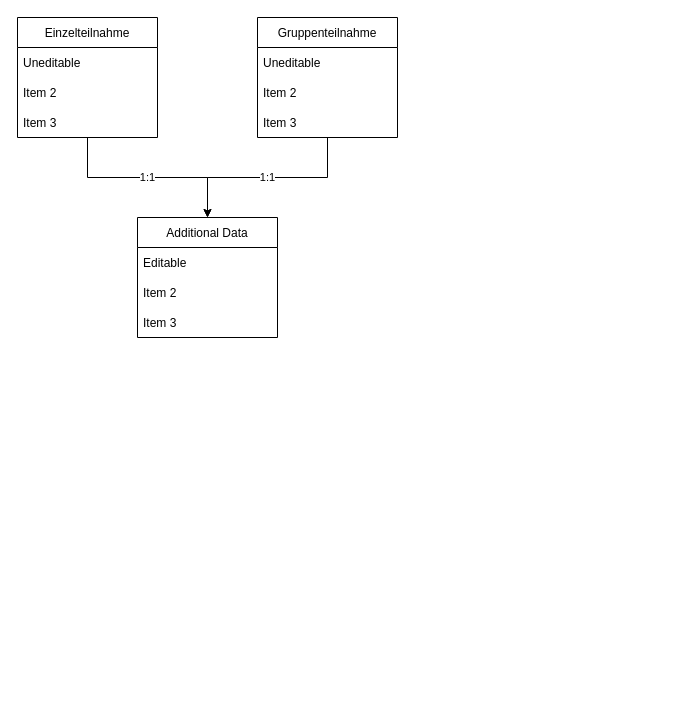
Above: Data Struct.drawio in JoTec2002/MyProjekt (draw.io), before the change. Source tidied: cells renumbered, new cells numbered last; positions are measured from the earlier drawing's top-left corner, leaving out a move shared by most shapes. Both pictures are drawn from the tidied source at 100%, with x=0, y=0 at pixel (17, 17).
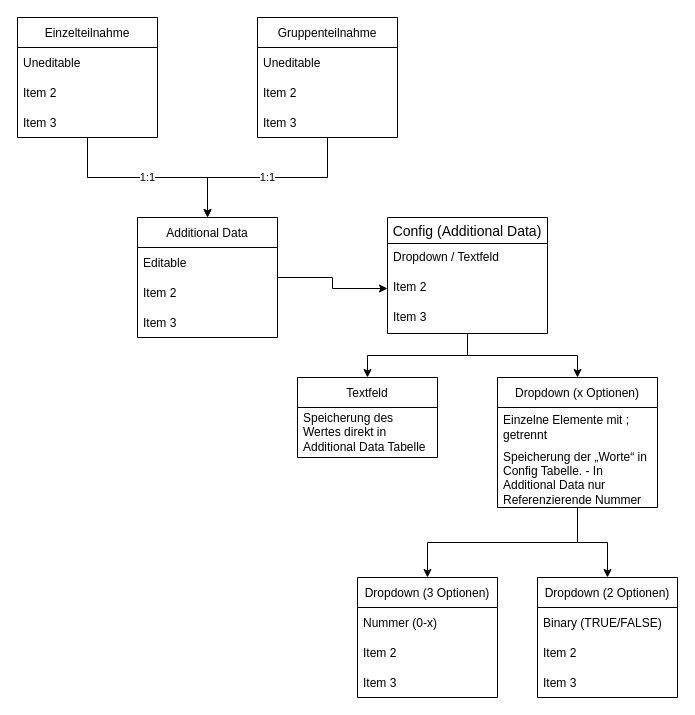
The same diagram, later.

The change refers to these unchanged cells:
```xml
<mxCell id="12" value="Additional Data" style="swimlane;fontStyle=0;horizontal=1;startSize=30;" parent="1" vertex="1">
  <mxGeometry x="120" y="200" width="140" height="120" as="geometry" />
</mxCell>
```

The edit, as a diff of the source:
```diff
@@
+    <mxCell id="16" style="edgeStyle=orthogonalEdgeStyle;rounded=0;jettySize=auto;html=1;entryX=0;entryY=0.5;entryDx=0;entryDy=0;" parent="1" edge="1" source="12" target="21">
+      <mxGeometry relative="1" as="geometry" />
+    </mxCell>
@@
+    <mxCell id="17" style="edgeStyle=orthogonalEdgeStyle;rounded=0;jettySize=auto;html=1;entryX=0.5;entryY=0;entryDx=0;entryDy=0;" parent="1" edge="1" source="19" target="33">
+      <mxGeometry relative="1" as="geometry" />
+    </mxCell>
+    <mxCell id="18" style="edgeStyle=orthogonalEdgeStyle;rounded=0;jettySize=auto;html=1;entryX=0.5;entryY=0;entryDx=0;entryDy=0;" parent="1" edge="1" source="19" target="36">
+      <mxGeometry relative="1" as="geometry" />
+    </mxCell>
+    <mxCell id="19" value="Config (Additional Data)" style="swimlane;fontStyle=0;horizontal=1;startSize=26;align=center;fontSize=14;" parent="1" vertex="1">
+      <mxGeometry x="370" y="200" width="160" height="116" as="geometry" />
+    </mxCell>
+    <mxCell id="20" value="Dropdown / Textfeld" style="text;strokeColor=none;fillColor=none;spacingLeft=4;spacingRight=4;overflow=hidden;fontSize=12;" parent="19" vertex="1">
+      <mxGeometry y="26" width="160" height="30" as="geometry" />
+    </mxCell>
+    <mxCell id="21" value="Item 2" style="text;strokeColor=none;fillColor=none;spacingLeft=4;spacingRight=4;overflow=hidden;points=[[0,0.5],[1,0.5]];portConstraint=eastwest;fontSize=12;" parent="19" vertex="1">
+      <mxGeometry y="56" width="160" height="30" as="geometry" />
+    </mxCell>
+    <mxCell id="22" value="Item 3" style="text;strokeColor=none;fillColor=none;spacingLeft=4;spacingRight=4;overflow=hidden;fontSize=12;" parent="19" vertex="1">
+      <mxGeometry y="86" width="160" height="30" as="geometry" />
+    </mxCell>
+    <mxCell id="23" value="Dropdown (2 Optionen)" style="swimlane;fontStyle=0;horizontal=1;startSize=30;" parent="1" vertex="1">
+      <mxGeometry x="520" y="560" width="140" height="120" as="geometry" />
+    </mxCell>
+    <mxCell id="24" value="Binary (TRUE/FALSE)" style="text;strokeColor=none;fillColor=none;align=left;verticalAlign=middle;spacingLeft=4;spacingRight=4;overflow=hidden;" parent="23" vertex="1">
+      <mxGeometry y="30" width="140" height="30" as="geometry" />
+    </mxCell>
+    <mxCell id="25" value="Item 2" style="text;strokeColor=none;fillColor=none;align=left;verticalAlign=middle;spacingLeft=4;spacingRight=4;overflow=hidden;" parent="23" vertex="1">
+      <mxGeometry y="60" width="140" height="30" as="geometry" />
+    </mxCell>
+    <mxCell id="26" value="Item 3" style="text;strokeColor=none;fillColor=none;align=left;verticalAlign=middle;spacingLeft=4;spacingRight=4;overflow=hidden;" parent="23" vertex="1">
+      <mxGeometry y="90" width="140" height="30" as="geometry" />
+    </mxCell>
+    <mxCell id="27" value="Dropdown (3 Optionen)" style="swimlane;fontStyle=0;horizontal=1;startSize=30;" parent="1" vertex="1">
+      <mxGeometry x="340" y="560" width="140" height="120" as="geometry" />
+    </mxCell>
+    <mxCell id="28" value="Nummer (0-x)" style="text;strokeColor=none;fillColor=none;align=left;verticalAlign=middle;spacingLeft=4;spacingRight=4;overflow=hidden;" parent="27" vertex="1">
+      <mxGeometry y="30" width="140" height="30" as="geometry" />
+    </mxCell>
+    <mxCell id="29" value="Item 2" style="text;strokeColor=none;fillColor=none;align=left;verticalAlign=middle;spacingLeft=4;spacingRight=4;overflow=hidden;" parent="27" vertex="1">
+      <mxGeometry y="60" width="140" height="30" as="geometry" />
+    </mxCell>
+    <mxCell id="30" value="Item 3" style="text;strokeColor=none;fillColor=none;align=left;verticalAlign=middle;spacingLeft=4;spacingRight=4;overflow=hidden;" parent="27" vertex="1">
+      <mxGeometry y="90" width="140" height="30" as="geometry" />
+    </mxCell>
+    <mxCell id="31" style="edgeStyle=orthogonalEdgeStyle;rounded=0;jettySize=auto;html=1;" parent="1" edge="1" source="33" target="23">
+      <mxGeometry relative="1" as="geometry" />
+    </mxCell>
+    <mxCell id="32" style="edgeStyle=orthogonalEdgeStyle;rounded=0;jettySize=auto;html=1;entryX=0.5;entryY=0;entryDx=0;entryDy=0;" parent="1" edge="1" source="33" target="27">
+      <mxGeometry relative="1" as="geometry" />
+    </mxCell>
+    <mxCell id="33" value="Dropdown (x Optionen)" style="swimlane;fontStyle=0;horizontal=1;startSize=30;" parent="1" vertex="1">
+      <mxGeometry x="480" y="360" width="160" height="130" as="geometry" />
+    </mxCell>
+    <mxCell id="34" value="Einzelne Elemente mit ; getrennt" style="text;strokeColor=none;fillColor=none;align=left;verticalAlign=middle;spacingLeft=4;spacingRight=4;overflow=hidden;whiteSpace=wrap;" parent="33" vertex="1">
+      <mxGeometry y="30" width="160" height="40" as="geometry" />
+    </mxCell>
+    <mxCell id="35" value="Speicherung der „Worte“ in Config Tabelle. - In Additional Data nur Referenzierende Nummer" style="text;strokeColor=none;fillColor=none;align=left;verticalAlign=middle;spacingLeft=4;spacingRight=4;overflow=hidden;whiteSpace=wrap;" parent="33" vertex="1">
+      <mxGeometry y="70" width="160" height="60" as="geometry" />
+    </mxCell>
+    <mxCell id="36" value="Textfeld" style="swimlane;fontStyle=0;horizontal=1;startSize=30;" parent="1" vertex="1">
+      <mxGeometry x="280" y="360" width="140" height="80" as="geometry" />
+    </mxCell>
+    <mxCell id="37" value="Speicherung des Wertes direkt in Additional Data Tabelle" style="text;strokeColor=none;fillColor=none;align=left;verticalAlign=middle;spacingLeft=4;spacingRight=4;overflow=hidden;whiteSpace=wrap;" parent="36" vertex="1">
+      <mxGeometry y="30" width="140" height="50" as="geometry" />
+    </mxCell>
```
